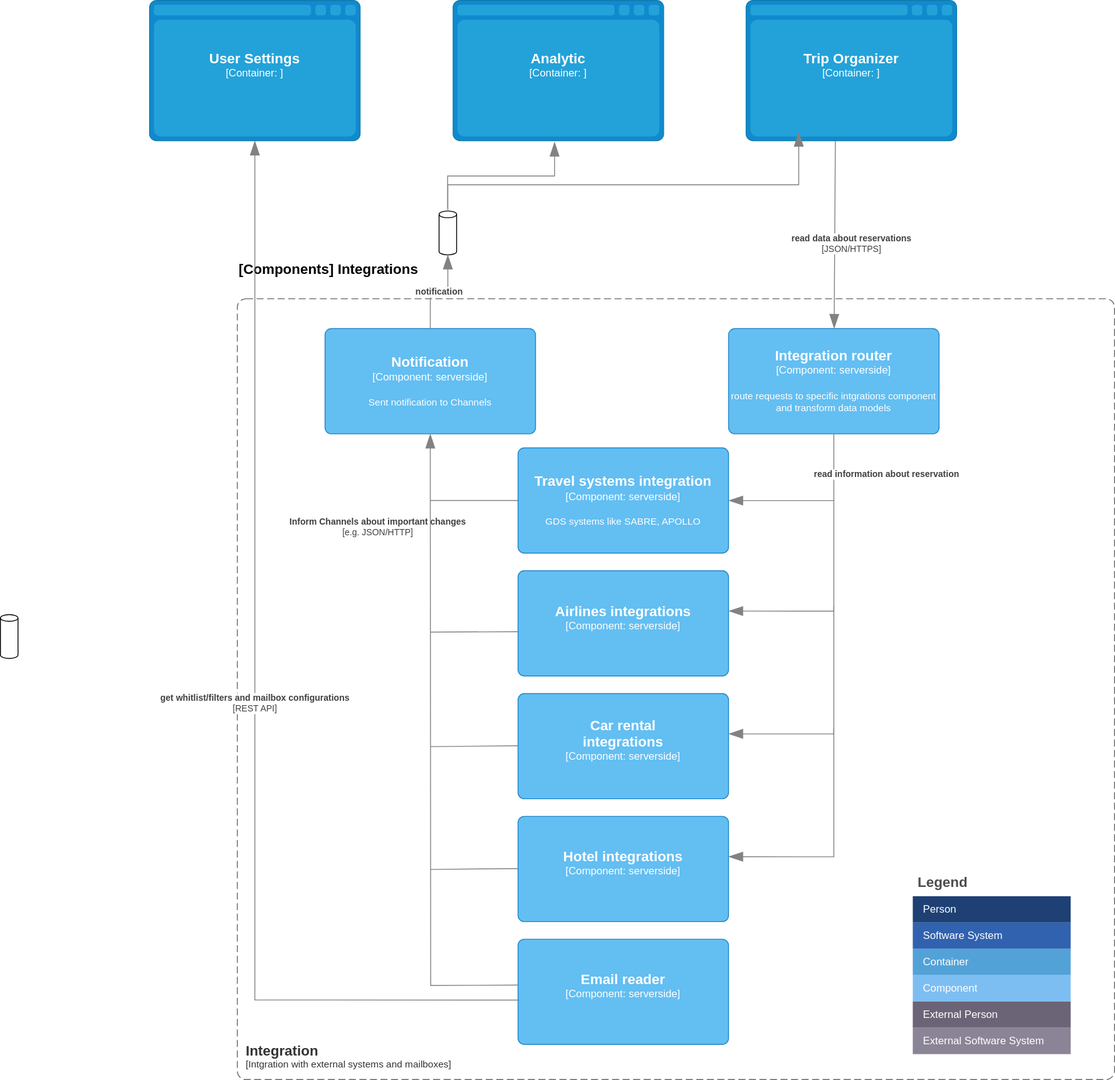
Earlier version of the draw.io export diagrams/Component-Integration.drawio.svg (wschaef/architecture-kata-2023). Source tidied: cells renumbered, new cells last; positions are measured from the earlier drawing's top-left corner, leaving out a move shared by most shapes.
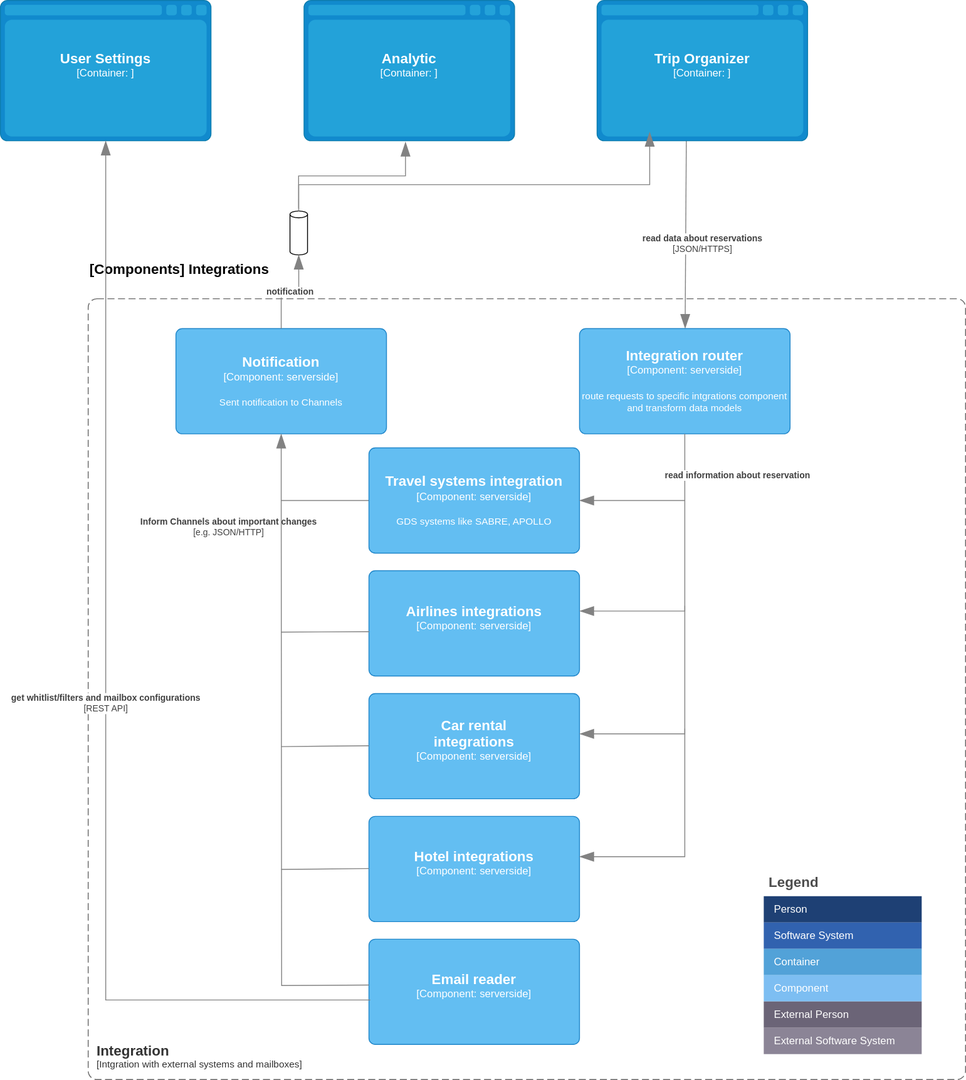
Later version of the same file.

The edit, as a diff of the source:
```diff
@@ -12,9 +12,6 @@
         <mxGeometry x="0.11" y="19" relative="1" as="geometry" />
       </mxCell>
     </object>
-    <mxCell id="4" style="shape=cylinder3;whiteSpace=wrap;html=1;boundedLbl=1;backgroundOutline=1;size=3.8571428571429465;" parent="1" vertex="1">
-      <mxGeometry y="700" width="20" height="50" as="geometry" />
-    </mxCell>
     <object id="5" label="&lt;font style=&quot;font-size: 16px&quot;&gt;&lt;b&gt;&lt;div style=&quot;text-align: left&quot;&gt;%c4Name%&lt;/div&gt;&lt;/b&gt;&lt;/font&gt;&lt;div style=&quot;text-align: left&quot;&gt;%c4Description%&lt;/div&gt;" c4Description="" c4Name="[Components] Integrations" c4Type="ContainerDiagramTitle" placeholders="1">
       <mxCell style="text;html=1;strokeColor=none;fillColor=none;align=left;verticalAlign=top;whiteSpace=wrap;rounded=0;" parent="1" vertex="1">
         <mxGeometry x="270" y="290" width="680" height="40" as="geometry" />
```
